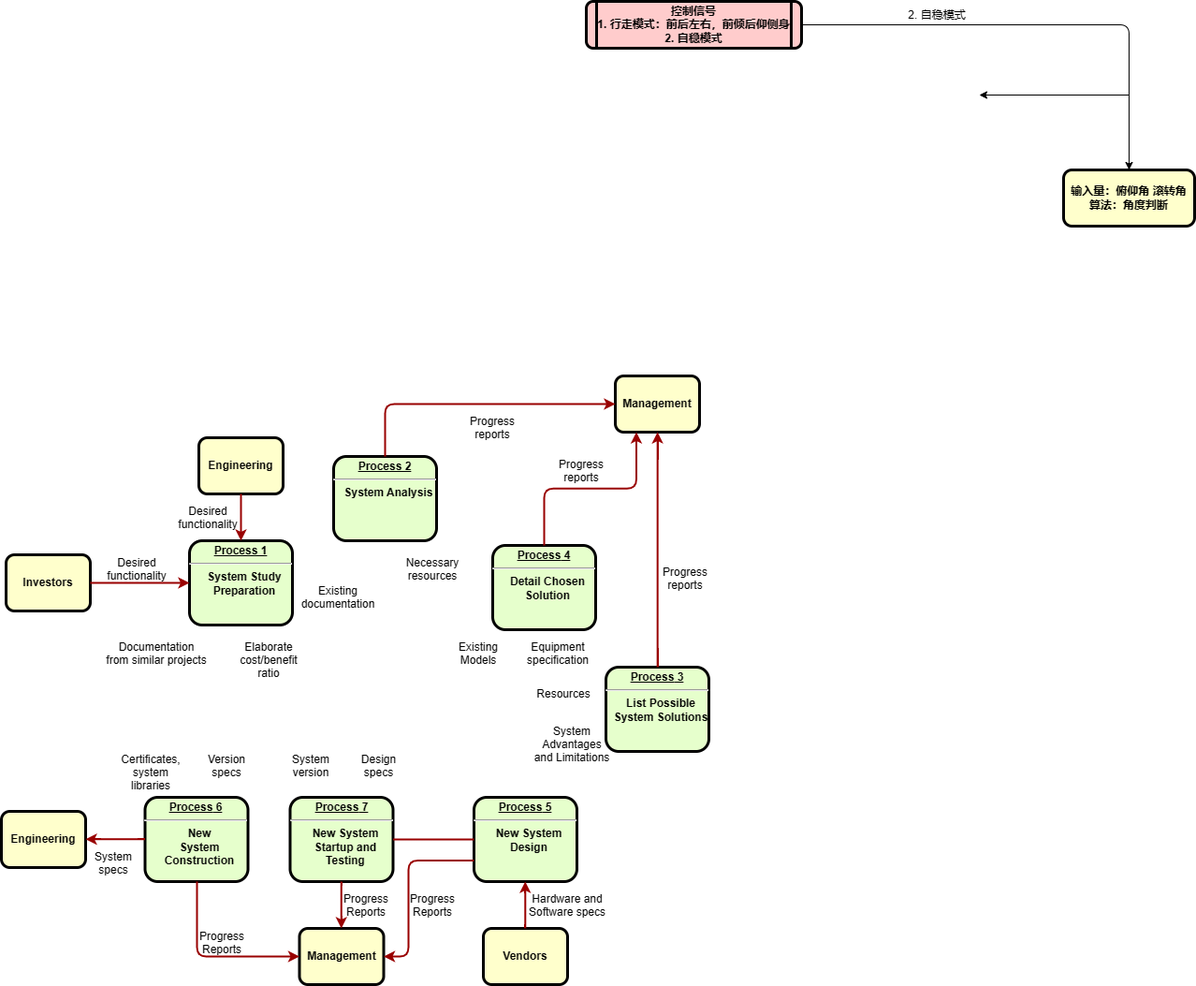
Above: 机器人总体流程.drawio.png in KAZAMA-DREAM/picture (draw.io), before the change. Source tidied: cells renumbered, new cells last; positions are measured from the earlier drawing's top-left corner, leaving out a move shared by most shapes. Source of this version:
```xml
<mxGraphModel>
  <root>
    <mxCell id="0" />
    <mxCell id="1" parent="0" />
    <mxCell id="2" value="&lt;p style=&quot;margin: 0px; margin-top: 4px; text-align: center; text-decoration: underline;&quot;&gt;&lt;strong&gt;Process 1&lt;br /&gt;&lt;/strong&gt;&lt;/p&gt;&lt;hr /&gt;&lt;p style=&quot;margin: 0px; margin-left: 8px;&quot;&gt;System Study&lt;/p&gt;&lt;p style=&quot;margin: 0px; margin-left: 8px;&quot;&gt;Preparation&lt;/p&gt;" style="verticalAlign=middle;align=center;overflow=fill;fontSize=12;fontFamily=Helvetica;html=1;rounded=1;fontStyle=1;strokeWidth=3;fillColor=#E6FFCC;" parent="1" vertex="1">
      <mxGeometry x="201" y="576" width="110" height="90" as="geometry" />
    </mxCell>
    <mxCell id="3" value="Engineering" style="whiteSpace=wrap;align=center;verticalAlign=middle;fontStyle=1;strokeWidth=3;fillColor=#FFFFCC;rounded=1;" parent="1" vertex="1">
      <mxGeometry x="211" y="466" width="90" height="60" as="geometry" />
    </mxCell>
    <mxCell id="4" value="Investors" style="whiteSpace=wrap;align=center;verticalAlign=middle;fontStyle=1;strokeWidth=3;fillColor=#FFFFCC;rounded=1;" parent="1" vertex="1">
      <mxGeometry x="5" y="591" width="90" height="60" as="geometry" />
    </mxCell>
    <mxCell id="5" style="edgeStyle=orthogonalEdgeStyle;rounded=1;jettySize=auto;html=1;" parent="1" edge="1" source="6">
      <mxGeometry relative="1" as="geometry">
        <mxPoint x="1205" y="180" as="targetPoint" />
      </mxGeometry>
    </mxCell>
    <mxCell id="6" value="控制信号&#10;1. 行走模式：前后左右，前倾后仰侧身&#10;2. 自稳模式" style="shape=process;whiteSpace=wrap;align=center;verticalAlign=middle;size=0.0475;fontStyle=1;strokeWidth=3;fillColor=#FFCCCC;rounded=1;" parent="1" vertex="1">
      <mxGeometry x="625" width="230" height="50" as="geometry" />
    </mxCell>
    <mxCell id="7" value="&lt;p style=&quot;margin: 0px; margin-top: 4px; text-align: center; text-decoration: underline;&quot;&gt;&lt;strong&gt;Process 2&lt;br /&gt;&lt;/strong&gt;&lt;/p&gt;&lt;hr /&gt;&lt;p style=&quot;margin: 0px; margin-left: 8px;&quot;&gt;System Analysis&lt;/p&gt;" style="verticalAlign=middle;align=center;overflow=fill;fontSize=12;fontFamily=Helvetica;html=1;rounded=1;fontStyle=1;strokeWidth=3;fillColor=#E6FFCC;" parent="1" vertex="1">
      <mxGeometry x="355" y="486" width="110" height="90" as="geometry" />
    </mxCell>
    <mxCell id="8" value="&lt;p style=&quot;margin: 0px; margin-top: 4px; text-align: center; text-decoration: underline;&quot;&gt;&lt;strong&gt;&lt;strong&gt;Process&lt;/strong&gt; 3&lt;br /&gt;&lt;/strong&gt;&lt;/p&gt;&lt;hr /&gt;&lt;p style=&quot;margin: 0px; margin-left: 8px;&quot;&gt;List Possible&lt;/p&gt;&lt;p style=&quot;margin: 0px; margin-left: 8px;&quot;&gt;System Solutions&lt;/p&gt;" style="verticalAlign=middle;align=center;overflow=fill;fontSize=12;fontFamily=Helvetica;html=1;rounded=1;fontStyle=1;strokeWidth=3;fillColor=#E6FFCC;" parent="1" vertex="1">
      <mxGeometry x="646" y="711" width="110" height="90" as="geometry" />
    </mxCell>
    <mxCell id="9" value="&lt;p style=&quot;margin: 0px; margin-top: 4px; text-align: center; text-decoration: underline;&quot;&gt;&lt;strong&gt;&lt;strong&gt;Process&lt;/strong&gt; 4&lt;br /&gt;&lt;/strong&gt;&lt;/p&gt;&lt;hr /&gt;&lt;p style=&quot;margin: 0px; margin-left: 8px;&quot;&gt;Detail Chosen&lt;/p&gt;&lt;p style=&quot;margin: 0px; margin-left: 8px;&quot;&gt;Solution&lt;/p&gt;" style="verticalAlign=middle;align=center;overflow=fill;fontSize=12;fontFamily=Helvetica;html=1;rounded=1;fontStyle=1;strokeWidth=3;fillColor=#E6FFCC;" parent="1" vertex="1">
      <mxGeometry x="525" y="581" width="110" height="90" as="geometry" />
    </mxCell>
    <mxCell id="10" value="&lt;p style=&quot;margin: 0px; margin-top: 4px; text-align: center; text-decoration: underline;&quot;&gt;&lt;strong&gt;&lt;strong&gt;Process&lt;/strong&gt; 5&lt;br /&gt;&lt;/strong&gt;&lt;/p&gt;&lt;hr /&gt;&lt;p style=&quot;margin: 0px; margin-left: 8px;&quot;&gt;New System&lt;/p&gt;&lt;p style=&quot;margin: 0px; margin-left: 8px;&quot;&gt;Design&lt;/p&gt;" style="verticalAlign=middle;align=center;overflow=fill;fontSize=12;fontFamily=Helvetica;html=1;rounded=1;fontStyle=1;strokeWidth=3;fillColor=#E6FFCC;" parent="1" vertex="1">
      <mxGeometry x="505" y="850" width="110" height="90" as="geometry" />
    </mxCell>
    <mxCell id="11" value="&lt;p style=&quot;margin: 0px; margin-top: 4px; text-align: center; text-decoration: underline;&quot;&gt;&lt;strong&gt;&lt;strong&gt;Process&lt;/strong&gt; 6&lt;br /&gt;&lt;/strong&gt;&lt;/p&gt;&lt;hr /&gt;&lt;p style=&quot;margin: 0px; margin-left: 8px;&quot;&gt;New&lt;/p&gt;&lt;p style=&quot;margin: 0px; margin-left: 8px;&quot;&gt;System&lt;/p&gt;&lt;p style=&quot;margin: 0px; margin-left: 8px;&quot;&gt;Construction&lt;/p&gt;" style="verticalAlign=middle;align=center;overflow=fill;fontSize=12;fontFamily=Helvetica;html=1;rounded=1;fontStyle=1;strokeWidth=3;fillColor=#E6FFCC;" parent="1" vertex="1">
      <mxGeometry x="153.5" y="850" width="110" height="90" as="geometry" />
    </mxCell>
    <mxCell id="12" value="Management" style="whiteSpace=wrap;align=center;verticalAlign=middle;fontStyle=1;strokeWidth=3;fillColor=#FFFFCC;rounded=1;" parent="1" vertex="1">
      <mxGeometry x="656" y="400" width="90" height="60" as="geometry" />
    </mxCell>
    <mxCell id="13" value="Management" style="whiteSpace=wrap;align=center;verticalAlign=middle;fontStyle=1;strokeWidth=3;fillColor=#FFFFCC;rounded=1;" parent="1" vertex="1">
      <mxGeometry x="318.5" y="990" width="90" height="60" as="geometry" />
    </mxCell>
    <mxCell id="14" value="Engineering" style="whiteSpace=wrap;align=center;verticalAlign=middle;fontStyle=1;strokeWidth=3;fillColor=#FFFFCC;rounded=1;" parent="1" vertex="1">
      <mxGeometry y="865" width="90" height="60" as="geometry" />
    </mxCell>
    <mxCell id="15" value="Vendors" style="whiteSpace=wrap;align=center;verticalAlign=middle;fontStyle=1;strokeWidth=3;fillColor=#FFFFCC;rounded=1;" parent="1" vertex="1">
      <mxGeometry x="515" y="990" width="90" height="60" as="geometry" />
    </mxCell>
    <mxCell id="16" style="edgeStyle=none;noEdgeStyle=1;strokeColor=#990000;strokeWidth=2;rounded=1;" parent="1" edge="1" source="3" target="2">
      <mxGeometry relative="1" as="geometry" />
    </mxCell>
    <mxCell id="17" style="edgeStyle=none;noEdgeStyle=1;strokeColor=#990000;strokeWidth=2;rounded=1;" parent="1" edge="1" source="4" target="2">
      <mxGeometry relative="1" as="geometry" />
    </mxCell>
    <mxCell id="18" value="&lt;p style=&quot;margin: 0px; margin-top: 4px; text-align: center; text-decoration: underline;&quot;&gt;&lt;strong&gt;&lt;strong&gt;Process&lt;/strong&gt; 7&lt;br /&gt;&lt;/strong&gt;&lt;/p&gt;&lt;hr /&gt;&lt;p style=&quot;margin: 0px; margin-left: 8px;&quot;&gt;New System&lt;/p&gt;&lt;p style=&quot;margin: 0px; margin-left: 8px;&quot;&gt;Startup and&lt;/p&gt;&lt;p style=&quot;margin: 0px; margin-left: 8px;&quot;&gt;Testing&lt;/p&gt;" style="verticalAlign=middle;align=center;overflow=fill;fontSize=12;fontFamily=Helvetica;html=1;rounded=1;fontStyle=1;strokeWidth=3;fillColor=#E6FFCC;" parent="1" vertex="1">
      <mxGeometry x="308.5" y="850" width="110" height="90" as="geometry" />
    </mxCell>
    <mxCell id="19" style="endArrow=none;noEdgeStyle=1;strokeColor=#990000;strokeWidth=2;rounded=1;" parent="1" edge="1" source="10" target="18">
      <mxGeometry relative="1" as="geometry" />
    </mxCell>
    <mxCell id="20" value="Desired &#10;functionality" style="text;spacingTop=-5;align=center;rounded=1;" parent="1" vertex="1">
      <mxGeometry x="130" y="591" width="30" height="20" as="geometry" />
    </mxCell>
    <mxCell id="21" value="Desired &#10;functionality" style="text;spacingTop=-5;align=center;rounded=1;" parent="1" vertex="1">
      <mxGeometry x="206" y="536" width="30" height="20" as="geometry" />
    </mxCell>
    <mxCell id="22" value="Documentation&#10;from similar projects" style="text;spacingTop=-5;align=center;rounded=1;" parent="1" vertex="1">
      <mxGeometry x="151" y="681" width="30" height="20" as="geometry" />
    </mxCell>
    <mxCell id="23" value="Elaborate&#10;cost/benefit&#10;ratio" style="text;spacingTop=-5;align=center;rounded=1;" parent="1" vertex="1">
      <mxGeometry x="271" y="681" width="30" height="20" as="geometry" />
    </mxCell>
    <mxCell id="24" value="Existing&#10;documentation" style="text;spacingTop=-5;align=center;rounded=1;" parent="1" vertex="1">
      <mxGeometry x="345" y="621" width="30" height="20" as="geometry" />
    </mxCell>
    <mxCell id="25" value="Necessary&#10;resources" style="text;spacingTop=-5;align=center;rounded=1;" parent="1" vertex="1">
      <mxGeometry x="446" y="591" width="30" height="20" as="geometry" />
    </mxCell>
    <mxCell id="26" value="Progress&#10;reports" style="text;spacingTop=-5;align=center;rounded=1;" parent="1" vertex="1">
      <mxGeometry x="510" y="440" width="30" height="20" as="geometry" />
    </mxCell>
    <mxCell id="27" value="Progress&#10;reports" style="text;spacingTop=-5;align=center;rounded=1;" parent="1" vertex="1">
      <mxGeometry x="605" y="486" width="30" height="20" as="geometry" />
    </mxCell>
    <mxCell id="28" value="Progress&#10;reports" style="text;spacingTop=-5;align=center;rounded=1;" parent="1" vertex="1">
      <mxGeometry x="716" y="601" width="30" height="20" as="geometry" />
    </mxCell>
    <mxCell id="29" style="edgeStyle=elbowEdgeStyle;elbow=horizontal;strokeColor=#990000;strokeWidth=2;rounded=1;" parent="1" edge="1" source="7" target="12">
      <mxGeometry relative="1" as="geometry">
        <Array as="points">
          <mxPoint x="410" y="480" />
        </Array>
      </mxGeometry>
    </mxCell>
    <mxCell id="30" style="edgeStyle=elbowEdgeStyle;elbow=vertical;entryX=0.25;entryY=1;strokeColor=#990000;strokeWidth=2;rounded=1;" parent="1" edge="1" source="9" target="12">
      <mxGeometry relative="1" as="geometry" />
    </mxCell>
    <mxCell id="31" style="edgeStyle=elbowEdgeStyle;elbow=horizontal;strokeColor=#990000;strokeWidth=2;rounded=1;" parent="1" edge="1" source="8" target="12">
      <mxGeometry relative="1" as="geometry" />
    </mxCell>
    <mxCell id="32" value="Existing&#10;Models" style="text;spacingTop=-5;align=center;rounded=1;" parent="1" vertex="1">
      <mxGeometry x="495" y="681" width="30" height="20" as="geometry" />
    </mxCell>
    <mxCell id="33" value="Equipment&#10;specification" style="text;spacingTop=-5;align=center;rounded=1;" parent="1" vertex="1">
      <mxGeometry x="580" y="681" width="30" height="20" as="geometry" />
    </mxCell>
    <mxCell id="34" value="Resources" style="text;spacingTop=-5;align=center;rounded=1;" parent="1" vertex="1">
      <mxGeometry x="586" y="731" width="30" height="20" as="geometry" />
    </mxCell>
    <mxCell id="35" value="System &#10;Advantages &#10;and Limitations" style="text;spacingTop=-5;align=center;rounded=1;" parent="1" vertex="1">
      <mxGeometry x="595" y="771" width="30" height="20" as="geometry" />
    </mxCell>
    <mxCell id="36" style="edgeStyle=elbowEdgeStyle;elbow=horizontal;strokeColor=#990000;strokeWidth=2;rounded=1;" parent="1" edge="1" source="15" target="10">
      <mxGeometry relative="1" as="geometry" />
    </mxCell>
    <mxCell id="37" value="Hardware and&#10;Software specs" style="text;spacingTop=-5;align=center;rounded=1;" parent="1" vertex="1">
      <mxGeometry x="590" y="950" width="30" height="20" as="geometry" />
    </mxCell>
    <mxCell id="38" style="edgeStyle=elbowEdgeStyle;elbow=horizontal;exitX=0;exitY=0.75;strokeColor=#990000;strokeWidth=2;rounded=1;" parent="1" edge="1" source="10" target="13">
      <mxGeometry relative="1" as="geometry">
        <Array as="points">
          <mxPoint x="435" y="970" />
        </Array>
      </mxGeometry>
    </mxCell>
    <mxCell id="39" value="Progress&#10;Reports" style="text;spacingTop=-5;align=center;rounded=1;" parent="1" vertex="1">
      <mxGeometry x="446" y="950" width="30" height="20" as="geometry" />
    </mxCell>
    <mxCell id="40" style="edgeStyle=elbowEdgeStyle;elbow=horizontal;strokeColor=#990000;strokeWidth=2;rounded=1;" parent="1" edge="1" source="18" target="13">
      <mxGeometry relative="1" as="geometry" />
    </mxCell>
    <mxCell id="41" value="Progress&#10;Reports" style="text;spacingTop=-5;align=center;rounded=1;" parent="1" vertex="1">
      <mxGeometry x="375" y="950" width="30" height="20" as="geometry" />
    </mxCell>
    <mxCell id="42" style="edgeStyle=elbowEdgeStyle;elbow=horizontal;strokeColor=#990000;strokeWidth=2;rounded=1;" parent="1" edge="1" source="11" target="13">
      <mxGeometry relative="1" as="geometry">
        <Array as="points">
          <mxPoint x="209" y="970" />
        </Array>
      </mxGeometry>
    </mxCell>
    <mxCell id="43" value="Progress&#10;Reports" style="text;spacingTop=-5;align=center;rounded=1;" parent="1" vertex="1">
      <mxGeometry x="221" y="990" width="30" height="20" as="geometry" />
    </mxCell>
    <mxCell id="44" style="edgeStyle=elbowEdgeStyle;elbow=vertical;strokeColor=#990000;strokeWidth=2;rounded=1;" parent="1" edge="1" source="11" target="14">
      <mxGeometry relative="1" as="geometry" />
    </mxCell>
    <mxCell id="45" value="Version&#10;specs" style="text;spacingTop=-5;align=center;rounded=1;" parent="1" vertex="1">
      <mxGeometry x="226" y="801" width="30" height="20" as="geometry" />
    </mxCell>
    <mxCell id="46" value="Certificates,&#10;system&#10;libraries" style="text;spacingTop=-5;align=center;rounded=1;" parent="1" vertex="1">
      <mxGeometry x="145" y="801" width="30" height="20" as="geometry" />
    </mxCell>
    <mxCell id="47" value="System&#10;specs" style="text;spacingTop=-5;align=center;rounded=1;" parent="1" vertex="1">
      <mxGeometry x="105" y="905" width="30" height="20" as="geometry" />
    </mxCell>
    <mxCell id="48" value="Design&#10;specs" style="text;spacingTop=-5;align=center;rounded=1;" parent="1" vertex="1">
      <mxGeometry x="388.5" y="801" width="30" height="20" as="geometry" />
    </mxCell>
    <mxCell id="49" value="System&#10;version" style="text;spacingTop=-5;align=center;rounded=1;" parent="1" vertex="1">
      <mxGeometry x="316" y="801" width="30" height="20" as="geometry" />
    </mxCell>
    <mxCell id="50" value="2. 自稳模式" style="text;html=1;strokeColor=none;fillColor=none;align=center;verticalAlign=middle;whiteSpace=wrap;rounded=0;" parent="1" vertex="1">
      <mxGeometry x="965" width="70" height="30" as="geometry" />
    </mxCell>
    <mxCell id="51" value="输入量：俯仰角 滚转角&#10;算法：角度判断" style="whiteSpace=wrap;align=center;verticalAlign=middle;fontStyle=1;strokeWidth=3;fillColor=#FFFFCC;rounded=1;" parent="1" vertex="1">
      <mxGeometry x="1135" y="180" width="140" height="60" as="geometry" />
    </mxCell>
    <mxCell id="52" style="endArrow=classic;html=1;rounded=1;" parent="1" edge="1">
      <mxGeometry relative="1" as="geometry">
        <mxPoint x="1205" y="100" as="sourcePoint" />
        <mxPoint x="1045" y="100" as="targetPoint" />
      </mxGeometry>
    </mxCell>
  </root>
</mxGraphModel>
```
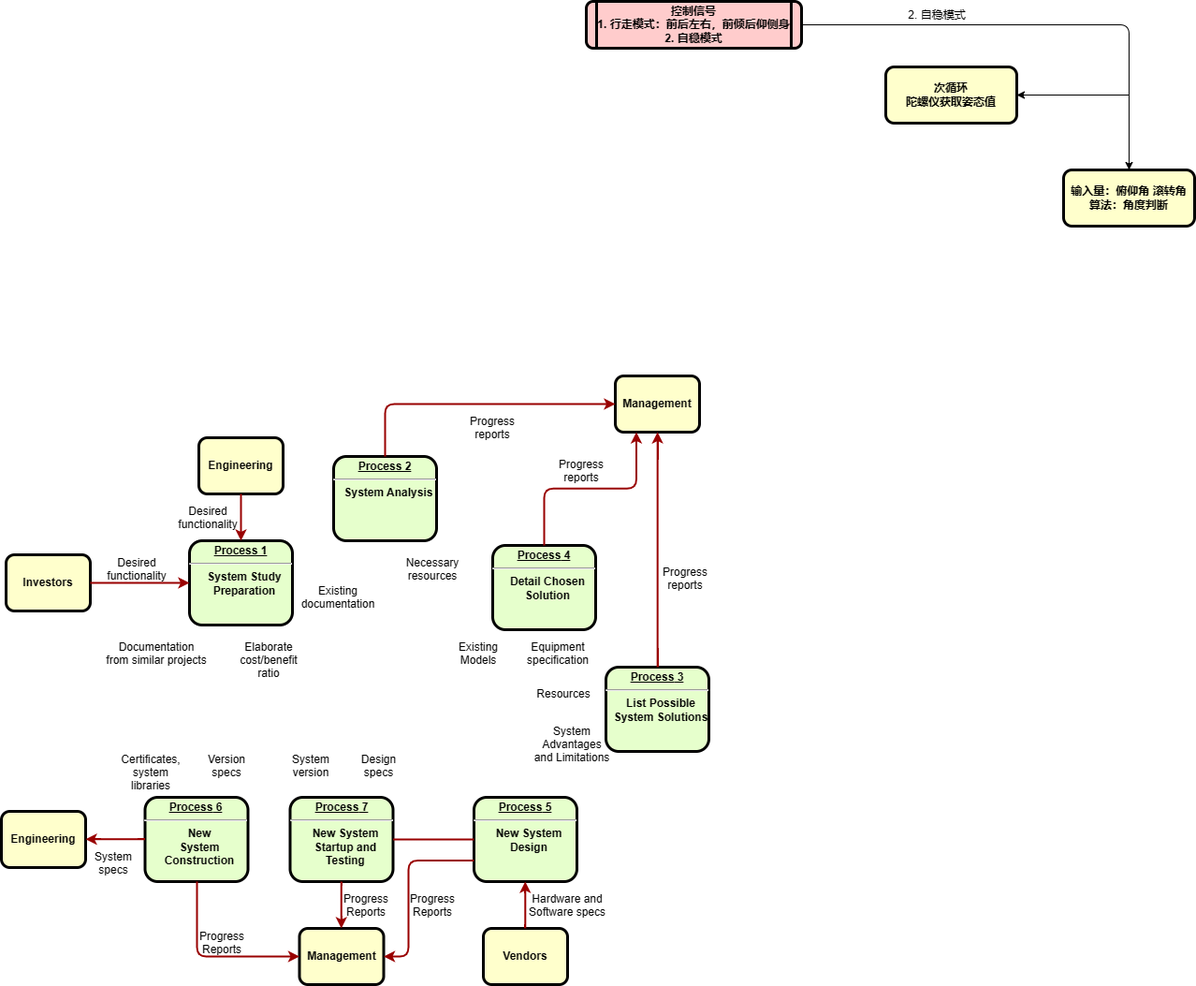
After the commit.

Commit message:
更新机器人总体流程.drawio.png

Diff of the diagram source:
```diff
@@ -169,8 +169,11 @@
     <mxCell id="52" style="endArrow=classic;html=1;rounded=1;" parent="1" edge="1">
       <mxGeometry relative="1" as="geometry">
         <mxPoint x="1205" y="100" as="sourcePoint" />
-        <mxPoint x="1045" y="100" as="targetPoint" />
+        <mxPoint x="1085" y="100" as="targetPoint" />
       </mxGeometry>
     </mxCell>
+    <mxCell id="53" value="次循环&#10;陀螺仪获取姿态值" style="whiteSpace=wrap;align=center;verticalAlign=middle;fontStyle=1;strokeWidth=3;fillColor=#FFFFCC;rounded=1;" parent="1" vertex="1">
+      <mxGeometry x="945" y="70" width="140" height="60" as="geometry" />
+    </mxCell>
   </root>
 </mxGraphModel>
```
